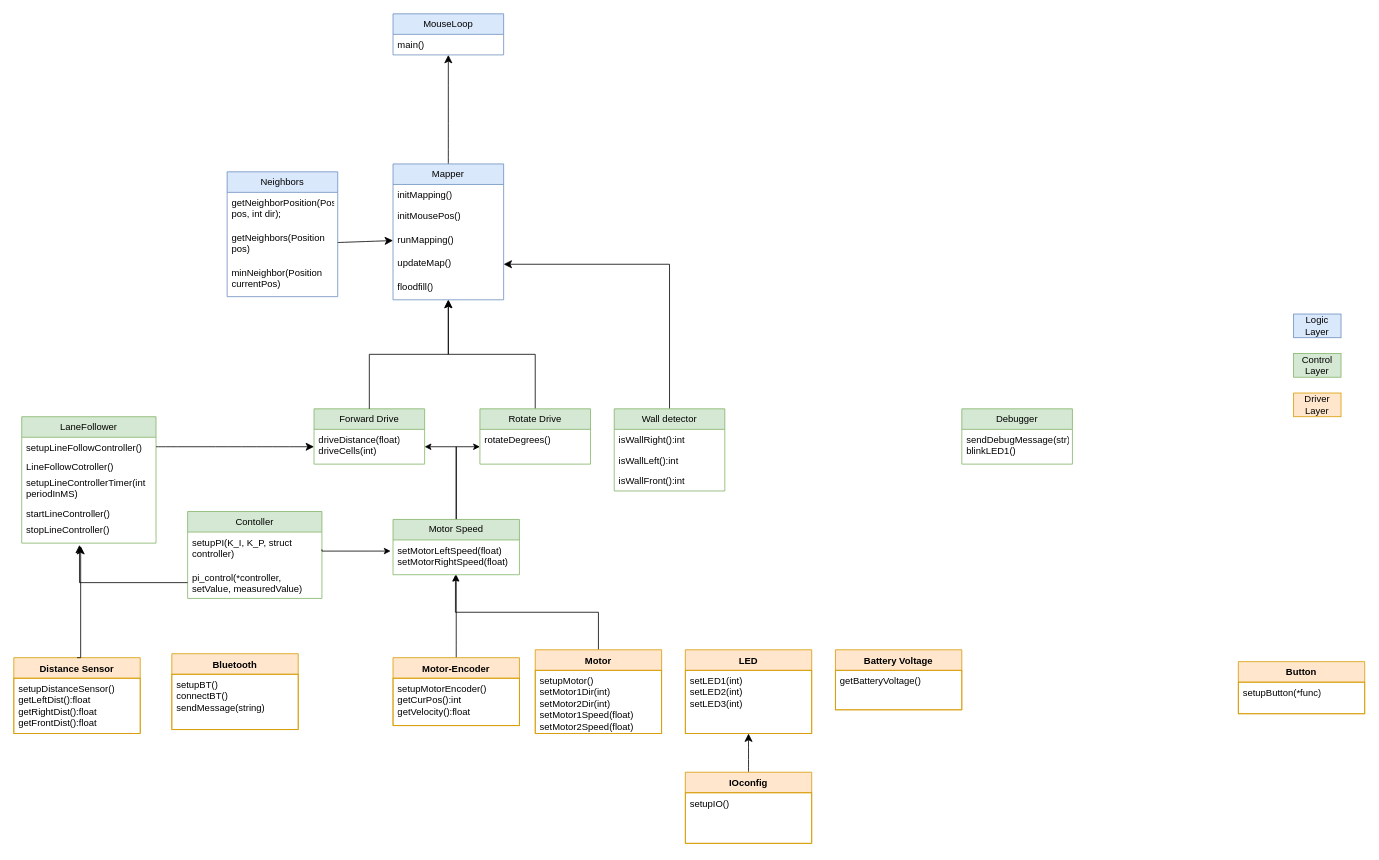
Above: draft/final_class_diagram.drawio in AminSeffo/Micromouse (draw.io), before the change. Source tidied: cells renumbered, new cells numbered last; positions are measured from the earlier drawing's top-left corner, leaving out a move shared by most shapes. Both pictures are drawn from the tidied source at 79%, with x=0, y=0 at pixel (13, 13).
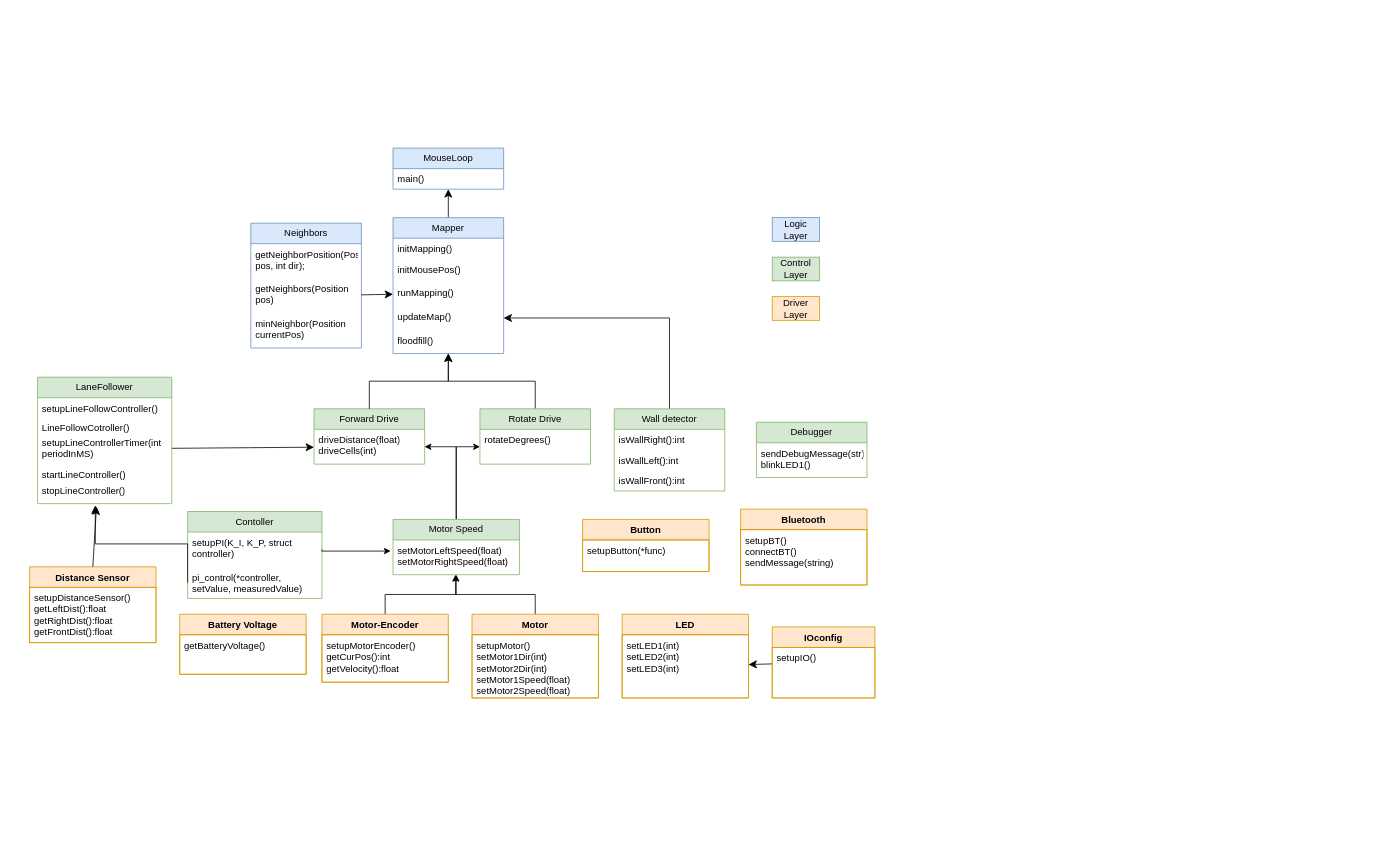
The same page after the edit.

Unchanged cells that the change refers to:
```xml
<mxCell id="21" value="setMotorLeftSpeed(float)&lt;br&gt;setMotorRightSpeed(float)&lt;br&gt;" style="text;strokeColor=none;fillColor=none;align=left;verticalAlign=top;spacingLeft=4;spacingRight=4;overflow=hidden;points=[[0,0.5],[1,0.5]];portConstraint=eastwest;whiteSpace=wrap;html=1;" parent="20" vertex="1">
  <mxGeometry y="26" width="160" height="44" as="geometry" />
</mxCell>
<mxCell id="23" value="driveDistance(float)&lt;br&gt;driveCells(int)" style="text;strokeColor=none;fillColor=none;align=left;verticalAlign=top;spacingLeft=4;spacingRight=4;overflow=hidden;points=[[0,0.5],[1,0.5]];portConstraint=eastwest;whiteSpace=wrap;html=1;" parent="22" vertex="1">
  <mxGeometry y="26" width="140" height="44" as="geometry" />
</mxCell>
<mxCell id="36" value="pi_control(*controller, setValue, measuredValue)" style="text;strokeColor=none;fillColor=none;align=left;verticalAlign=top;spacingLeft=4;spacingRight=4;overflow=hidden;points=[[0,0.5],[1,0.5]];portConstraint=eastwest;whiteSpace=wrap;html=1;" parent="34" vertex="1">
  <mxGeometry y="70" width="170" height="40" as="geometry" />
</mxCell>
<mxCell id="54" value="setupLineFollowController()" style="text;strokeColor=none;fillColor=none;align=left;verticalAlign=top;spacingLeft=4;spacingRight=4;overflow=hidden;points=[[0,0.5],[1,0.5]];portConstraint=eastwest;whiteSpace=wrap;html=1;" parent="53" vertex="1">
  <mxGeometry y="26" width="170" height="24" as="geometry" />
</mxCell>
<mxCell id="56" value="setupLineControllerTimer(int periodInMS)" style="text;strokeColor=none;fillColor=none;align=left;verticalAlign=top;spacingLeft=4;spacingRight=4;overflow=hidden;points=[[0,0.5],[1,0.5]];portConstraint=eastwest;whiteSpace=wrap;html=1;" parent="53" vertex="1">
  <mxGeometry y="70" width="170" height="40" as="geometry" />
</mxCell>
<mxCell id="58" value="stopLineController()" style="text;strokeColor=none;fillColor=none;align=left;verticalAlign=top;spacingLeft=4;spacingRight=4;overflow=hidden;points=[[0,0.5],[1,0.5]];portConstraint=eastwest;whiteSpace=wrap;html=1;" parent="53" vertex="1">
  <mxGeometry y="130" width="170" height="30" as="geometry" />
</mxCell>
```

Diff of the diagram source:
```diff
@@
     <mxCell id="2" value="Bluetooth" style="swimlane;fontStyle=1;align=center;verticalAlign=top;horizontal=1;startSize=26;whiteSpace=wrap;html=1;fillColor=#ffe6cc;strokeColor=#d79b00;" parent="1" vertex="1">
-      <mxGeometry x="200" y="810" width="160" height="96" as="geometry" />
+      <mxGeometry x="920" y="627" width="160" height="96" as="geometry" />
     </mxCell>
@@
-    <mxCell id="4" style="edgeStyle=orthogonalEdgeStyle;rounded=0;jettySize=auto;html=1;" parent="1" edge="1" source="5" target="21">
-      <mxGeometry relative="1" as="geometry">
-        <Array as="points">
-          <mxPoint x="560" y="800" />
-          <mxPoint x="560" y="800" />
-        </Array>
-      </mxGeometry>
+    <mxCell id="4" style="edgeStyle=elbowEdgeStyle;rounded=0;jettySize=auto;html=1;elbow=vertical;" parent="1" edge="1" source="5" target="21">
+      <mxGeometry relative="1" as="geometry" />
     </mxCell>
     <mxCell id="5" value="Motor-Encoder" style="swimlane;fontStyle=1;align=center;verticalAlign=top;horizontal=1;startSize=26;whiteSpace=wrap;html=1;fillColor=#ffe6cc;strokeColor=#d79b00;" parent="1" vertex="1">
-      <mxGeometry x="480" y="815" width="160" height="86" as="geometry" />
+      <mxGeometry x="390" y="760" width="160" height="86" as="geometry" />
     </mxCell>
@@
     <mxCell id="7" value="Distance Sensor" style="swimlane;fontStyle=1;align=center;verticalAlign=top;horizontal=1;startSize=26;whiteSpace=wrap;html=1;fillColor=#ffe6cc;strokeColor=#d79b00;" parent="1" vertex="1">
-      <mxGeometry y="815" width="160" height="96" as="geometry" />
+      <mxGeometry x="20" y="700" width="160" height="96" as="geometry" />
     </mxCell>
@@
-    <mxCell id="9" style="edgeStyle=orthogonalEdgeStyle;rounded=0;jettySize=auto;html=1;entryX=0.494;entryY=1;entryDx=0;entryDy=0;entryPerimeter=0;" parent="1" edge="1" source="10" target="21">
+    <mxCell id="9" style="edgeStyle=elbowEdgeStyle;rounded=0;jettySize=auto;html=1;entryX=0.494;entryY=1;entryDx=0;entryDy=0;entryPerimeter=0;elbow=vertical;" parent="1" edge="1" source="10" target="21">
       <mxGeometry relative="1" as="geometry" />
     </mxCell>
     <mxCell id="10" value="Motor" style="swimlane;fontStyle=1;align=center;verticalAlign=top;horizontal=1;startSize=26;whiteSpace=wrap;html=1;fillColor=#ffe6cc;strokeColor=#d79b00;" parent="1" vertex="1">
-      <mxGeometry x="660" y="805" width="160" height="106" as="geometry" />
+      <mxGeometry x="580" y="760" width="160" height="106" as="geometry" />
     </mxCell>
@@
     <mxCell id="12" value="LED" style="swimlane;fontStyle=1;align=center;verticalAlign=top;horizontal=1;startSize=26;whiteSpace=wrap;html=1;fillColor=#ffe6cc;strokeColor=#d79b00;" parent="1" vertex="1">
-      <mxGeometry x="850" y="805" width="160" height="106" as="geometry" />
+      <mxGeometry x="770" y="760" width="160" height="106" as="geometry" />
     </mxCell>
@@
     <mxCell id="14" value="Battery Voltage" style="swimlane;fontStyle=1;align=center;verticalAlign=top;horizontal=1;startSize=26;whiteSpace=wrap;html=1;fillColor=#ffe6cc;strokeColor=#d79b00;" parent="1" vertex="1">
-      <mxGeometry x="1040" y="805" width="160" height="76" as="geometry" />
+      <mxGeometry x="210" y="760" width="160" height="76" as="geometry" />
     </mxCell>
@@
     <mxCell id="16" value="Button" style="swimlane;fontStyle=1;align=center;verticalAlign=top;horizontal=1;startSize=26;whiteSpace=wrap;html=1;fillColor=#ffe6cc;strokeColor=#d79b00;" parent="1" vertex="1">
-      <mxGeometry x="1550" y="820" width="160" height="66" as="geometry" />
+      <mxGeometry x="720" y="640" width="160" height="66" as="geometry" />
     </mxCell>
@@
     <mxCell id="32" value="Debugger" style="swimlane;fontStyle=0;horizontal=1;startSize=26;fillColor=#d5e8d4;whiteSpace=wrap;html=1;strokeColor=#82b366;" parent="1" vertex="1">
-      <mxGeometry x="1200" y="500" width="140" height="70" as="geometry" />
+      <mxGeometry x="940" y="517" width="140" height="70" as="geometry" />
     </mxCell>
@@
     <mxCell id="39" value="Mapper" style="swimlane;fontStyle=0;horizontal=1;startSize=26;fillColor=#dae8fc;whiteSpace=wrap;html=1;strokeColor=#6c8ebf;" parent="1" vertex="1">
-      <mxGeometry x="480" y="190" width="140" height="172" as="geometry" />
+      <mxGeometry x="480" y="258" width="140" height="172" as="geometry" />
     </mxCell>
@@
     <mxCell id="45" value="MouseLoop" style="swimlane;fontStyle=0;horizontal=1;startSize=26;fillColor=#dae8fc;whiteSpace=wrap;html=1;strokeColor=#6c8ebf;" parent="1" vertex="1">
-      <mxGeometry x="480" width="140" height="52" as="geometry" />
+      <mxGeometry x="480" y="170" width="140" height="52" as="geometry" />
     </mxCell>
@@
     <mxCell id="47" value="Logic Layer" style="text;html=1;strokeColor=#6c8ebf;fillColor=#dae8fc;align=center;verticalAlign=middle;whiteSpace=wrap;rounded=0;" parent="1" vertex="1">
-      <mxGeometry x="1620" y="380" width="60" height="30" as="geometry" />
+      <mxGeometry x="960" y="258" width="60" height="30" as="geometry" />
     </mxCell>
     <mxCell id="48" value="Control Layer" style="text;html=1;strokeColor=#82b366;fillColor=#d5e8d4;align=center;verticalAlign=middle;whiteSpace=wrap;rounded=0;" parent="1" vertex="1">
-      <mxGeometry x="1620" y="430" width="60" height="30" as="geometry" />
+      <mxGeometry x="960" y="308" width="60" height="30" as="geometry" />
     </mxCell>
     <mxCell id="49" value="Driver Layer" style="text;html=1;strokeColor=#d79b00;fillColor=#ffe6cc;align=center;verticalAlign=middle;whiteSpace=wrap;rounded=0;" parent="1" vertex="1">
-      <mxGeometry x="1620" y="480" width="60" height="30" as="geometry" />
+      <mxGeometry x="960" y="358" width="60" height="30" as="geometry" />
     </mxCell>
@@
     <mxCell id="51" value="IOconfig" style="swimlane;fontStyle=1;align=center;verticalAlign=top;horizontal=1;startSize=26;whiteSpace=wrap;html=1;fillColor=#ffe6cc;strokeColor=#d79b00;" parent="1" vertex="1">
-      <mxGeometry x="850" y="960" width="160" height="90" as="geometry" />
+      <mxGeometry x="960" y="776" width="130" height="90" as="geometry" />
     </mxCell>
     <mxCell id="52" value="setupIO()" style="text;strokeColor=#d79b00;fillColor=none;align=left;verticalAlign=top;spacingLeft=4;spacingRight=4;overflow=hidden;whiteSpace=wrap;html=1;" parent="51" vertex="1">
-      <mxGeometry y="26" width="160" height="64" as="geometry" />
+      <mxGeometry y="26" width="130" height="64" as="geometry" />
     </mxCell>
     <mxCell id="53" value="LaneFollower" style="swimlane;fontStyle=0;horizontal=1;startSize=26;fillColor=#d5e8d4;whiteSpace=wrap;html=1;strokeColor=#82b366;" parent="1" vertex="1">
-      <mxGeometry x="10" y="510" width="170" height="160" as="geometry" />
+      <mxGeometry x="30" y="460" width="170" height="160" as="geometry" />
     </mxCell>
@@
-    <mxCell id="59" style="edgeStyle=none;curved=1;rounded=0;jettySize=auto;html=1;fontSize=12;startSize=8;endSize=8;" parent="1" edge="1" source="54" target="23">
+    <mxCell id="59" style="edgeStyle=none;curved=1;rounded=0;jettySize=auto;html=1;fontSize=12;startSize=8;endSize=8;exitX=1;exitY=0.5;exitDx=0;exitDy=0;" parent="1" edge="1" source="56" target="23">
       <mxGeometry relative="1" as="geometry" />
     </mxCell>
-    <mxCell id="60" style="edgeStyle=orthogonalEdgeStyle;rounded=0;jettySize=auto;html=1;entryX=0.439;entryY=1.124;entryDx=0;entryDy=0;entryPerimeter=0;fontSize=12;startSize=8;endSize=8;exitX=0.5;exitY=0;exitDx=0;exitDy=0;" parent="1" edge="1" source="7" target="58">
-      <mxGeometry relative="1" as="geometry">
-        <Array as="points">
-          <mxPoint x="85" y="815" />
-        </Array>
-      </mxGeometry>
+    <mxCell id="60" style="rounded=0;jettySize=auto;html=1;entryX=0.439;entryY=1.124;entryDx=0;entryDy=0;entryPerimeter=0;fontSize=12;startSize=8;endSize=8;exitX=0.5;exitY=0;exitDx=0;exitDy=0;" parent="1" edge="1" source="7" target="58">
+      <mxGeometry relative="1" as="geometry" />
     </mxCell>
-    <mxCell id="61" style="edgeStyle=orthogonalEdgeStyle;rounded=0;jettySize=auto;html=1;entryX=0.43;entryY=1.076;entryDx=0;entryDy=0;entryPerimeter=0;fontSize=12;startSize=8;endSize=8;exitX=0;exitY=0.5;exitDx=0;exitDy=0;" parent="1" edge="1" source="36" target="58">
-      <mxGeometry relative="1" as="geometry">
-        <Array as="points">
-          <mxPoint x="83" y="720" />
-        </Array>
-      </mxGeometry>
+    <mxCell id="61" style="edgeStyle=elbowEdgeStyle;rounded=0;jettySize=auto;html=1;entryX=0.43;entryY=1.076;entryDx=0;entryDy=0;entryPerimeter=0;fontSize=12;startSize=8;endSize=8;exitX=0;exitY=0.5;exitDx=0;exitDy=0;elbow=vertical;" parent="1" edge="1" source="36" target="58">
+      <mxGeometry relative="1" as="geometry" />
     </mxCell>
@@
     <mxCell id="63" value="Neighbors" style="swimlane;fontStyle=0;horizontal=1;startSize=26;fillColor=#dae8fc;whiteSpace=wrap;html=1;strokeColor=#6c8ebf;" parent="1" vertex="1">
-      <mxGeometry x="270" y="200" width="140" height="158" as="geometry" />
+      <mxGeometry x="300" y="265" width="140" height="158" as="geometry" />
     </mxCell>
```
